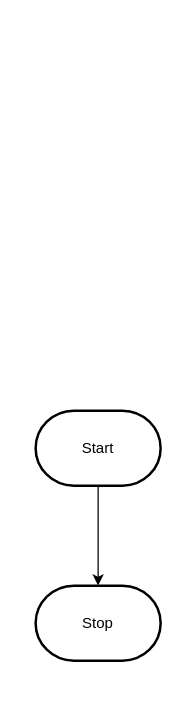
Above: design/flowchart.drawio in MTHS-ICS2O-2-2022/ICS2O-Unit-3-03-Osamah-Hasan (draw.io), before the change. Source tidied: cells renumbered, new cells numbered last; positions are measured from the earlier drawing's top-left corner, leaving out a move shared by most shapes. Both pictures are drawn from the tidied source at 125%, with x=0, y=0 at pixel (35, 410).
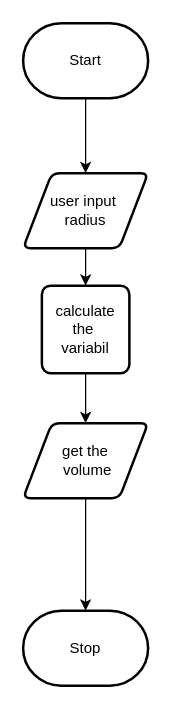
Above is the later version.

Diff of the diagram source:
```diff
@@
 <mxGraphModel>
   <root>
     <mxCell id="0" />
     <mxCell id="1" parent="0" />
-    <mxCell id="2" style="edgeStyle=orthogonalEdgeStyle;html=1;rounded=0;" parent="1" edge="1" source="3" target="4">
-      <mxGeometry relative="1" as="geometry" />
-    </mxCell>
+    <mxCell id="5" style="edgeStyle=none;html=1;" parent="1" edge="1" source="3" target="2">
+      <mxGeometry relative="1" as="geometry" />
+    </mxCell>
     <mxCell id="3" value="Start" style="strokeWidth=2;html=1;shape=mxgraph.flowchart.terminator;whiteSpace=wrap;" parent="1" vertex="1">
-      <mxGeometry width="100" height="60" as="geometry" />
+      <mxGeometry x="-10" y="-310" width="100" height="60" as="geometry" />
     </mxCell>
     <mxCell id="4" value="Stop" style="strokeWidth=2;html=1;shape=mxgraph.flowchart.terminator;whiteSpace=wrap;" parent="1" vertex="1">
-      <mxGeometry y="140" width="100" height="60" as="geometry" />
+      <mxGeometry x="-10" y="160" width="100" height="60" as="geometry" />
     </mxCell>
+    <mxCell id="6" style="edgeStyle=none;html=1;" parent="1" edge="1" source="2" target="8">
+      <mxGeometry relative="1" as="geometry" />
+    </mxCell>
+    <mxCell id="2" value="user input&amp;nbsp;&lt;br&gt;radius" style="shape=parallelogram;html=1;strokeWidth=2;perimeter=parallelogramPerimeter;whiteSpace=wrap;rounded=1;arcSize=12;size=0.23;" parent="1" vertex="1">
+      <mxGeometry x="-10" y="-190" width="100" height="60" as="geometry" />
+    </mxCell>
+    <mxCell id="7" style="edgeStyle=none;html=1;" parent="1" edge="1" source="8" target="10">
+      <mxGeometry relative="1" as="geometry" />
+    </mxCell>
+    <mxCell id="8" value="calculate the&amp;nbsp;&lt;br&gt;variabil&lt;br&gt;" style="rounded=1;whiteSpace=wrap;html=1;absoluteArcSize=1;arcSize=14;strokeWidth=2;" parent="1" vertex="1">
+      <mxGeometry x="5" y="-100" width="70" height="70" as="geometry" />
+    </mxCell>
+    <mxCell id="9" style="edgeStyle=none;html=1;entryX=0.5;entryY=0;entryDx=0;entryDy=0;entryPerimeter=0;" parent="1" edge="1" source="10" target="4">
+      <mxGeometry relative="1" as="geometry" />
+    </mxCell>
+    <mxCell id="10" value="get the&lt;br&gt;&amp;nbsp;volume" style="shape=parallelogram;html=1;strokeWidth=2;perimeter=parallelogramPerimeter;whiteSpace=wrap;rounded=1;arcSize=12;size=0.23;" parent="1" vertex="1">
+      <mxGeometry x="-10" y="10" width="100" height="60" as="geometry" />
+    </mxCell>
   </root>
 </mxGraphModel>
```
